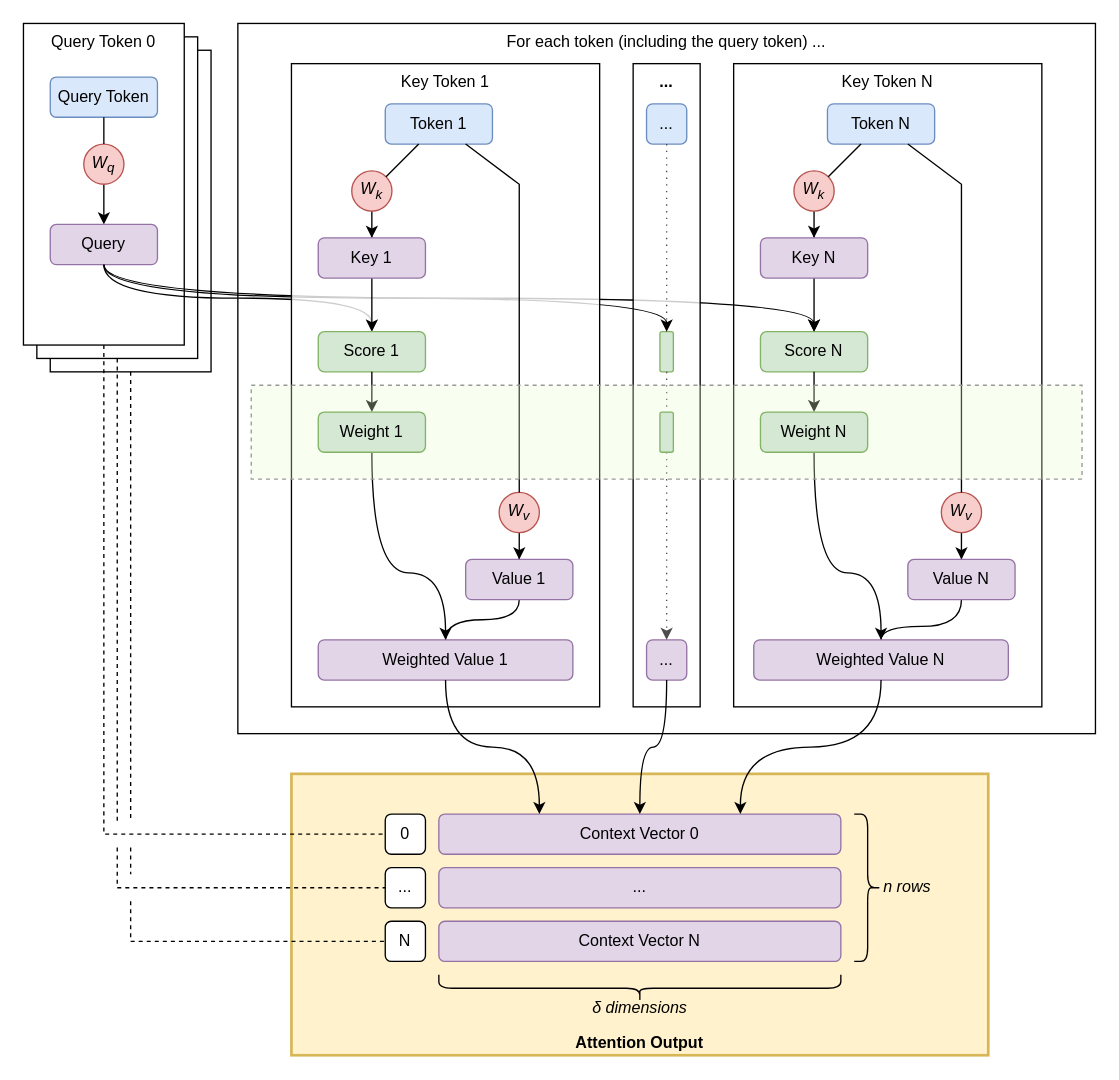
Before: book/images/attention/llm-flow-self-attention-output-matrix.drawio in yshavit/llm-notes, a draw.io diagram. Source tidied: cells renumbered, new cells numbered last; positions are measured from the earlier drawing's top-left corner, leaving out a move shared by most shapes. Both pictures are drawn from the tidied source at 134%, with x=0, y=0 at pixel (23, 23).
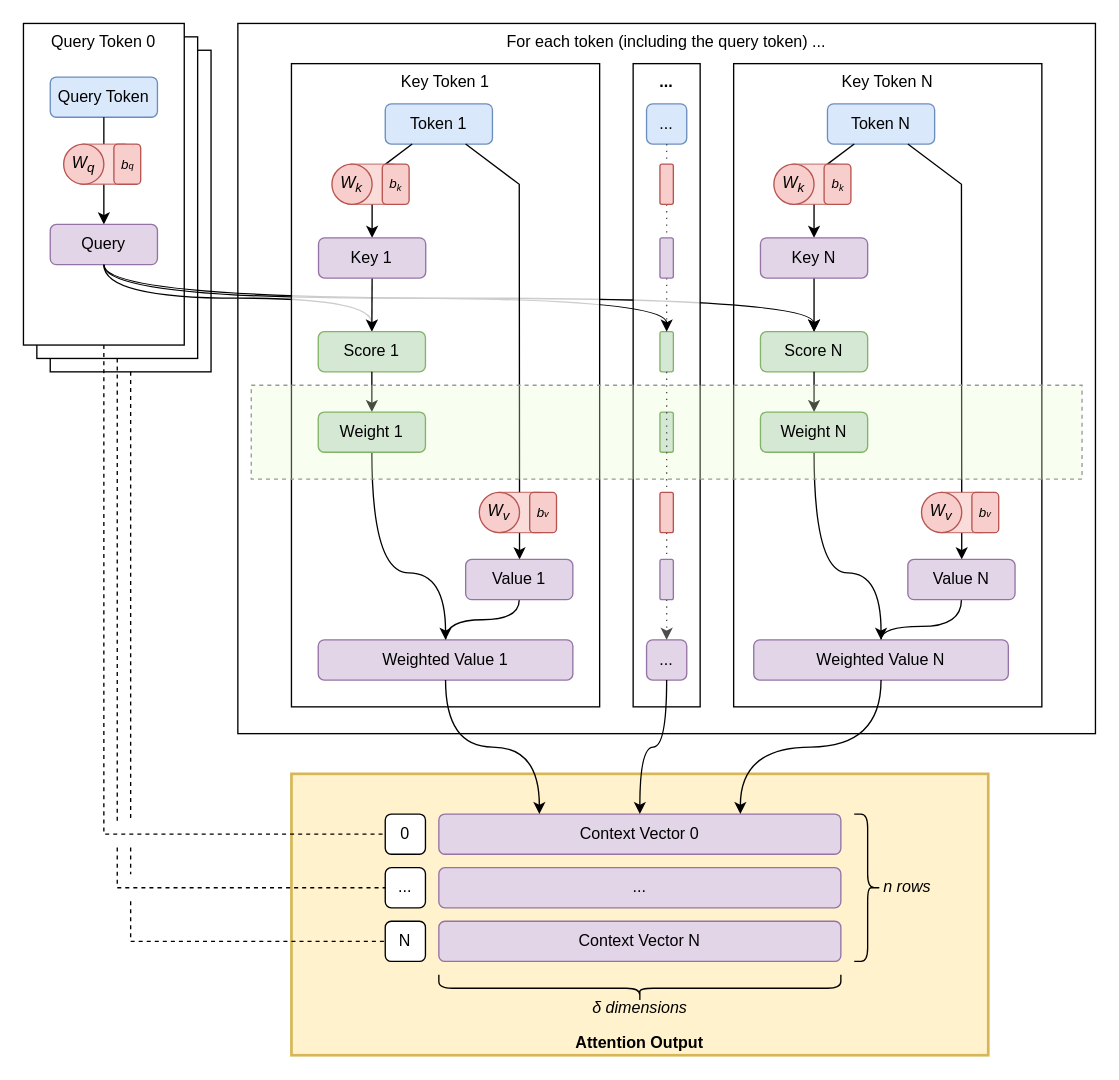
After the change.

Commit message (it also covers changes not shown here):
attention: add bias

Unchanged cells that the change refers to:
```xml
<mxCell id="8" value="Query Token" style="rounded=1;whiteSpace=wrap;html=1;fillColor=#dae8fc;strokeColor=#6c8ebf;" parent="1" vertex="1">
  <mxGeometry x="20" y="40" width="80" height="30" as="geometry" />
</mxCell>
<mxCell id="9" value="Query" style="rounded=1;whiteSpace=wrap;html=1;fillColor=#e1d5e7;strokeColor=#9673a6;" parent="1" vertex="1">
  <mxGeometry x="20" y="150" width="80" height="30" as="geometry" />
</mxCell>
<mxCell id="27" value="Token N" style="rounded=1;whiteSpace=wrap;html=1;fillColor=#dae8fc;strokeColor=#6c8ebf;" parent="1" vertex="1">
  <mxGeometry x="600" y="60" width="80" height="30" as="geometry" />
</mxCell>
<mxCell id="30" value="&lt;span&gt;Key N&lt;/span&gt;" style="rounded=1;whiteSpace=wrap;html=1;fillColor=#e1d5e7;strokeColor=#9673a6;fontStyle=0;" parent="1" vertex="1">
  <mxGeometry x="550" y="160" width="80" height="30" as="geometry" />
</mxCell>
<mxCell id="35" value="&lt;span&gt;Value N&lt;/span&gt;" style="rounded=1;whiteSpace=wrap;html=1;fillColor=#e1d5e7;strokeColor=#9673a6;fontStyle=0;" parent="1" vertex="1">
  <mxGeometry x="660" y="400" width="80" height="30" as="geometry" />
</mxCell>
<mxCell id="46" value="..." style="rounded=1;whiteSpace=wrap;html=1;fillColor=#e1d5e7;strokeColor=#9673a6;" parent="1" vertex="1">
  <mxGeometry x="465" y="460" width="30" height="30" as="geometry" />
</mxCell>
<mxCell id="47" value="..." style="rounded=1;whiteSpace=wrap;html=1;fillColor=#dae8fc;strokeColor=#6c8ebf;" parent="1" vertex="1">
  <mxGeometry x="465" y="60" width="30" height="30" as="geometry" />
</mxCell>
<mxCell id="49" style="rounded=1;whiteSpace=wrap;html=1;fillColor=#d5e8d4;strokeColor=#82b366;" parent="1" vertex="1">
  <mxGeometry x="475" y="230" width="10" height="30" as="geometry" />
</mxCell>
<mxCell id="54" value="Token 1" style="rounded=1;whiteSpace=wrap;html=1;fillColor=#dae8fc;strokeColor=#6c8ebf;" parent="1" vertex="1">
  <mxGeometry x="270" y="60" width="80" height="30" as="geometry" />
</mxCell>
<mxCell id="64" value="&lt;span&gt;Value 1&lt;/span&gt;" style="rounded=1;whiteSpace=wrap;html=1;fillColor=#e1d5e7;strokeColor=#9673a6;fontStyle=0;" parent="1" vertex="1">
  <mxGeometry x="330" y="400" width="80" height="30" as="geometry" />
</mxCell>
```

Diff of the diagram source:
```diff
@@
-    <mxCell id="7" style="edgeStyle=orthogonalEdgeStyle;rounded=0;jettySize=auto;html=1;" parent="1" edge="1" source="10" target="9">
+    <mxCell id="7" style="edgeStyle=orthogonalEdgeStyle;rounded=0;jettySize=auto;html=1;exitX=0.5;exitY=1;exitDx=0;exitDy=0;" parent="1" edge="1" source="75" target="9">
       <mxGeometry relative="1" as="geometry" />
     </mxCell>
@@
-    <mxCell id="10" value="W&lt;sub&gt;q&lt;/sub&gt;" style="ellipse;whiteSpace=wrap;html=1;fontStyle=2;fillColor=#f8cecc;strokeColor=#b85450;" parent="1" vertex="1">
-      <mxGeometry x="45" y="90" width="30" height="30" as="geometry" />
-    </mxCell>
-    <mxCell id="11" style="endArrow=none;html=1;rounded=0;" parent="1" edge="1" source="10" target="8">
+    <mxCell id="11" style="endArrow=none;html=1;rounded=0;exitX=0.5;exitY=0;exitDx=0;exitDy=0;" parent="1" edge="1" source="75" target="8">
       <mxGeometry relative="1" as="geometry" />
     </mxCell>
@@
-    <mxCell id="26" style="edgeStyle=orthogonalEdgeStyle;rounded=0;jettySize=auto;html=1;" parent="1" edge="1" source="31" target="30">
+    <mxCell id="26" style="edgeStyle=orthogonalEdgeStyle;rounded=0;jettySize=auto;html=1;exitX=0.5;exitY=1;exitDx=0;exitDy=0;" parent="1" edge="1" source="83" target="30">
       <mxGeometry relative="1" as="geometry" />
     </mxCell>
@@
-    <mxCell id="31" value="W&lt;sub&gt;k&lt;/sub&gt;" style="ellipse;whiteSpace=wrap;html=1;fontStyle=2;fillColor=#f8cecc;strokeColor=#b85450;" parent="1" vertex="1">
-      <mxGeometry x="575" y="110" width="30" height="30" as="geometry" />
-    </mxCell>
-    <mxCell id="32" style="endArrow=none;html=1;rounded=0;" parent="1" edge="1" source="31" target="27">
+    <mxCell id="32" style="endArrow=none;html=1;rounded=0;exitX=0.75;exitY=0;exitDx=0;exitDy=0;" parent="1" edge="1" source="83" target="27">
       <mxGeometry relative="1" as="geometry" />
     </mxCell>
-    <mxCell id="33" style="edgeStyle=orthogonalEdgeStyle;rounded=0;jettySize=auto;html=1;" parent="1" edge="1" source="36" target="35">
+    <mxCell id="33" style="edgeStyle=orthogonalEdgeStyle;rounded=0;jettySize=auto;html=1;exitX=0.5;exitY=1;exitDx=0;exitDy=0;" parent="1" edge="1" source="80" target="35">
       <mxGeometry relative="1" as="geometry" />
     </mxCell>
@@
-    <mxCell id="36" value="W&lt;sub&gt;v&lt;/sub&gt;" style="ellipse;whiteSpace=wrap;html=1;fontStyle=2;fillColor=#f8cecc;strokeColor=#b85450;" parent="1" vertex="1">
-      <mxGeometry x="685" y="350" width="30" height="30" as="geometry" />
-    </mxCell>
@@
-    <mxCell id="40" style="endArrow=none;html=1;rounded=0;" parent="1" edge="1" source="36" target="27">
+    <mxCell id="40" style="endArrow=none;html=1;rounded=0;exitX=0.5;exitY=0;exitDx=0;exitDy=0;" parent="1" edge="1" source="80" target="27">
       <mxGeometry relative="1" as="geometry">
         <Array as="points">
           <mxPoint x="700" y="120" />
         </Array>
       </mxGeometry>
     </mxCell>
@@
-    <mxCell id="48" style="edgeStyle=orthogonalEdgeStyle;rounded=0;jettySize=auto;html=1;exitX=0.5;exitY=1;exitDx=0;exitDy=0;entryX=0.5;entryY=0;entryDx=0;entryDy=0;strokeColor=#4D4D4D;dashed=1;dashPattern=1 4;endArrow=none;endFill=0;" parent="1" edge="1" source="47" target="49">
+    <mxCell id="48" style="edgeStyle=orthogonalEdgeStyle;rounded=0;jettySize=auto;html=1;exitX=0.5;exitY=1;exitDx=0;exitDy=0;entryX=0.5;entryY=0;entryDx=0;entryDy=0;strokeColor=#4D4D4D;dashed=1;dashPattern=1 4;endArrow=none;endFill=0;" parent="1" edge="1" source="94" target="49">
       <mxGeometry relative="1" as="geometry" />
     </mxCell>
@@
-    <mxCell id="50" style="edgeStyle=orthogonalEdgeStyle;rounded=0;jettySize=auto;html=1;exitX=0.5;exitY=1;exitDx=0;exitDy=0;entryX=0.5;entryY=0;entryDx=0;entryDy=0;strokeColor=#4D4D4D;dashed=1;dashPattern=1 4;" parent="1" edge="1" source="49" target="46">
+    <mxCell id="50" style="edgeStyle=orthogonalEdgeStyle;rounded=0;jettySize=auto;html=1;exitX=0.5;exitY=1;exitDx=0;exitDy=0;entryX=0.5;entryY=0;entryDx=0;entryDy=0;strokeColor=#4D4D4D;dashed=1;dashPattern=1 4;" parent="1" edge="1" source="90" target="46">
       <mxGeometry relative="1" as="geometry" />
     </mxCell>
@@
-    <mxCell id="53" style="edgeStyle=orthogonalEdgeStyle;rounded=0;jettySize=auto;html=1;" parent="1" edge="1" source="56" target="62">
+    <mxCell id="53" style="edgeStyle=orthogonalEdgeStyle;rounded=0;jettySize=auto;html=1;exitX=0.5;exitY=1;exitDx=0;exitDy=0;" parent="1" edge="1" source="77" target="62">
       <mxGeometry relative="1" as="geometry" />
     </mxCell>
@@
-    <mxCell id="56" value="W&lt;sub&gt;k&lt;/sub&gt;" style="ellipse;whiteSpace=wrap;html=1;fontStyle=2;fillColor=#f8cecc;strokeColor=#b85450;" parent="1" vertex="1">
-      <mxGeometry x="245" y="110" width="30" height="30" as="geometry" />
-    </mxCell>
-    <mxCell id="57" style="endArrow=none;html=1;rounded=0;" parent="1" edge="1" source="56" target="54">
+    <mxCell id="57" style="endArrow=none;html=1;rounded=0;exitX=0.75;exitY=0;exitDx=0;exitDy=0;" parent="1" edge="1" source="77" target="54">
       <mxGeometry relative="1" as="geometry" />
     </mxCell>
-    <mxCell id="58" style="edgeStyle=orthogonalEdgeStyle;rounded=0;jettySize=auto;html=1;" parent="1" edge="1" source="60" target="64">
+    <mxCell id="58" style="edgeStyle=orthogonalEdgeStyle;rounded=0;jettySize=auto;html=1;exitX=0.5;exitY=1;exitDx=0;exitDy=0;" parent="1" edge="1" source="86" target="64">
       <mxGeometry relative="1" as="geometry" />
     </mxCell>
@@
-    <mxCell id="60" value="W&lt;sub&gt;v&lt;/sub&gt;" style="ellipse;whiteSpace=wrap;html=1;fontStyle=2;fillColor=#f8cecc;strokeColor=#b85450;" parent="1" vertex="1">
-      <mxGeometry x="355" y="350" width="30" height="30" as="geometry" />
-    </mxCell>
-    <mxCell id="61" style="endArrow=none;html=1;rounded=0;" parent="1" edge="1" source="60" target="54">
+    <mxCell id="61" style="endArrow=none;html=1;rounded=0;exitX=0.5;exitY=0;exitDx=0;exitDy=0;" parent="1" edge="1" source="86" target="54">
       <mxGeometry relative="1" as="geometry">
         <Array as="points">
           <mxPoint x="370" y="120" />
         </Array>
       </mxGeometry>
     </mxCell>
     <mxCell id="62" value="&lt;span&gt;Key 1&lt;/span&gt;" style="rounded=1;whiteSpace=wrap;html=1;fillColor=#e1d5e7;strokeColor=#9673a6;fontStyle=0;" parent="1" vertex="1">
-      <mxGeometry x="220" y="160" width="80" height="30" as="geometry" />
+      <mxGeometry x="220.2" y="160" width="80" height="30" as="geometry" />
     </mxCell>
@@
+    <mxCell id="75" style="rounded=1;whiteSpace=wrap;html=1;fillColor=#f8cecc;strokeColor=#b85450;opacity=70;" parent="1" vertex="1">
+      <mxGeometry x="40" y="90" width="40" height="30" as="geometry" />
+    </mxCell>
+    <mxCell id="76" value="&lt;i&gt;b&lt;span style=&quot;font-size: 6.94444px;&quot;&gt;q&lt;/span&gt;&lt;/i&gt;" style="rounded=1;whiteSpace=wrap;html=1;fillColor=#f8cecc;strokeColor=#b85450;fontSize=10;" parent="1" vertex="1">
+      <mxGeometry x="67.5" y="90" width="20" height="30" as="geometry" />
+    </mxCell>
+    <mxCell id="10" value="W&lt;sub&gt;q&lt;/sub&gt;" style="ellipse;whiteSpace=wrap;html=1;fontStyle=2;fillColor=#f8cecc;strokeColor=#b85450;" parent="1" vertex="1">
+      <mxGeometry x="30" y="90" width="30" height="30" as="geometry" />
+    </mxCell>
+    <mxCell id="77" style="rounded=1;whiteSpace=wrap;html=1;fillColor=#f8cecc;strokeColor=#b85450;opacity=70;" parent="1" vertex="1">
+      <mxGeometry x="240.2" y="105" width="40" height="30" as="geometry" />
+    </mxCell>
+    <mxCell id="78" value="&lt;i&gt;b&lt;span style=&quot;font-size: 8.33333px;&quot;&gt;&lt;sub&gt;k&lt;/sub&gt;&lt;/span&gt;&lt;/i&gt;" style="rounded=1;whiteSpace=wrap;html=1;fillColor=#f8cecc;strokeColor=#b85450;fontSize=10;" parent="1" vertex="1">
+      <mxGeometry x="267.8" y="105" width="20" height="30" as="geometry" />
+    </mxCell>
+    <mxCell id="79" value="W&lt;sub&gt;k&lt;/sub&gt;" style="ellipse;whiteSpace=wrap;html=1;fontStyle=2;fillColor=#f8cecc;strokeColor=#b85450;" parent="1" vertex="1">
+      <mxGeometry x="230.2" y="105" width="30" height="30" as="geometry" />
+    </mxCell>
+    <mxCell id="80" style="rounded=1;whiteSpace=wrap;html=1;fillColor=#f8cecc;strokeColor=#b85450;opacity=70;" parent="1" vertex="1">
+      <mxGeometry x="680.2" y="350" width="40" height="30" as="geometry" />
+    </mxCell>
+    <mxCell id="81" value="&lt;i&gt;b&lt;span style=&quot;font-size: 6.94444px;&quot;&gt;v&lt;/span&gt;&lt;/i&gt;" style="rounded=1;whiteSpace=wrap;html=1;fillColor=#f8cecc;strokeColor=#b85450;fontSize=10;" parent="1" vertex="1">
+      <mxGeometry x="707.8" y="350" width="20" height="30" as="geometry" />
+    </mxCell>
+    <mxCell id="82" value="W&lt;sub&gt;v&lt;/sub&gt;" style="ellipse;whiteSpace=wrap;html=1;fontStyle=2;fillColor=#f8cecc;strokeColor=#b85450;" parent="1" vertex="1">
+      <mxGeometry x="670.2" y="350" width="30" height="30" as="geometry" />
+    </mxCell>
+    <mxCell id="83" style="rounded=1;whiteSpace=wrap;html=1;fillColor=#f8cecc;strokeColor=#b85450;opacity=70;" parent="1" vertex="1">
+      <mxGeometry x="570" y="105" width="40" height="30" as="geometry" />
+    </mxCell>
+    <mxCell id="84" value="&lt;i&gt;b&lt;span style=&quot;font-size: 8.33333px;&quot;&gt;&lt;sub&gt;k&lt;/sub&gt;&lt;/span&gt;&lt;/i&gt;" style="rounded=1;whiteSpace=wrap;html=1;fillColor=#f8cecc;strokeColor=#b85450;fontSize=10;" parent="1" vertex="1">
+      <mxGeometry x="597.5" y="105" width="20" height="30" as="geometry" />
+    </mxCell>
+    <mxCell id="85" value="W&lt;sub&gt;k&lt;/sub&gt;" style="ellipse;whiteSpace=wrap;html=1;fontStyle=2;fillColor=#f8cecc;strokeColor=#b85450;" parent="1" vertex="1">
+      <mxGeometry x="560" y="105" width="30" height="30" as="geometry" />
+    </mxCell>
+    <mxCell id="86" style="rounded=1;whiteSpace=wrap;html=1;fillColor=#f8cecc;strokeColor=#b85450;opacity=70;" parent="1" vertex="1">
+      <mxGeometry x="350.2" y="350" width="40" height="30" as="geometry" />
+    </mxCell>
+    <mxCell id="87" value="&lt;i&gt;b&lt;span style=&quot;font-size: 6.94444px;&quot;&gt;v&lt;/span&gt;&lt;/i&gt;" style="rounded=1;whiteSpace=wrap;html=1;fillColor=#f8cecc;strokeColor=#b85450;fontSize=10;" parent="1" vertex="1">
+      <mxGeometry x="377.8" y="350" width="20" height="30" as="geometry" />
+    </mxCell>
+    <mxCell id="88" value="W&lt;sub&gt;v&lt;/sub&gt;" style="ellipse;whiteSpace=wrap;html=1;fontStyle=2;fillColor=#f8cecc;strokeColor=#b85450;" parent="1" vertex="1">
+      <mxGeometry x="340.2" y="350" width="30" height="30" as="geometry" />
+    </mxCell>
+    <mxCell id="89" style="edgeStyle=orthogonalEdgeStyle;rounded=0;jettySize=auto;html=1;exitX=0.5;exitY=1;exitDx=0;exitDy=0;entryX=0.5;entryY=0;entryDx=0;entryDy=0;strokeColor=#4D4D4D;dashed=1;dashPattern=1 4;endArrow=none;endFill=0;" parent="1" edge="1" source="92" target="90">
+      <mxGeometry relative="1" as="geometry" />
+    </mxCell>
+    <mxCell id="90" style="rounded=1;whiteSpace=wrap;html=1;fillColor=#e1d5e7;strokeColor=#9673a6;fontStyle=0;" parent="1" vertex="1">
+      <mxGeometry x="475" y="400" width="10" height="30" as="geometry" />
+    </mxCell>
+    <mxCell id="91" style="edgeStyle=orthogonalEdgeStyle;rounded=0;jettySize=auto;html=1;exitX=0.5;exitY=1;exitDx=0;exitDy=0;entryX=0.5;entryY=0;entryDx=0;entryDy=0;strokeColor=#4D4D4D;dashed=1;dashPattern=1 4;endArrow=none;endFill=0;" parent="1" edge="1" source="49" target="92">
+      <mxGeometry relative="1" as="geometry" />
+    </mxCell>
+    <mxCell id="92" style="rounded=1;whiteSpace=wrap;html=1;fillColor=#f8cecc;strokeColor=#b85450;fontStyle=0;" parent="1" vertex="1">
+      <mxGeometry x="475" y="350" width="10" height="30" as="geometry" />
+    </mxCell>
+    <mxCell id="93" style="edgeStyle=orthogonalEdgeStyle;rounded=0;jettySize=auto;html=1;exitX=0.5;exitY=1;exitDx=0;exitDy=0;entryX=0.5;entryY=0;entryDx=0;entryDy=0;strokeColor=#4D4D4D;dashed=1;dashPattern=1 4;endArrow=none;endFill=0;" parent="1" edge="1" source="96" target="94">
+      <mxGeometry relative="1" as="geometry" />
+    </mxCell>
+    <mxCell id="94" style="rounded=1;whiteSpace=wrap;html=1;fillColor=#e1d5e7;strokeColor=#9673a6;fontStyle=0;" parent="1" vertex="1">
+      <mxGeometry x="475" y="160" width="10" height="30" as="geometry" />
+    </mxCell>
+    <mxCell id="95" style="edgeStyle=orthogonalEdgeStyle;rounded=0;jettySize=auto;html=1;exitX=0.5;exitY=1;exitDx=0;exitDy=0;entryX=0.5;entryY=0;entryDx=0;entryDy=0;strokeColor=#4D4D4D;dashed=1;dashPattern=1 4;endArrow=none;endFill=0;" parent="1" edge="1" source="47" target="96">
+      <mxGeometry relative="1" as="geometry" />
+    </mxCell>
+    <mxCell id="96" style="rounded=1;whiteSpace=wrap;html=1;fillColor=#f8cecc;strokeColor=#b85450;fontStyle=0;" parent="1" vertex="1">
+      <mxGeometry x="475" y="105" width="10" height="30" as="geometry" />
+    </mxCell>
```
